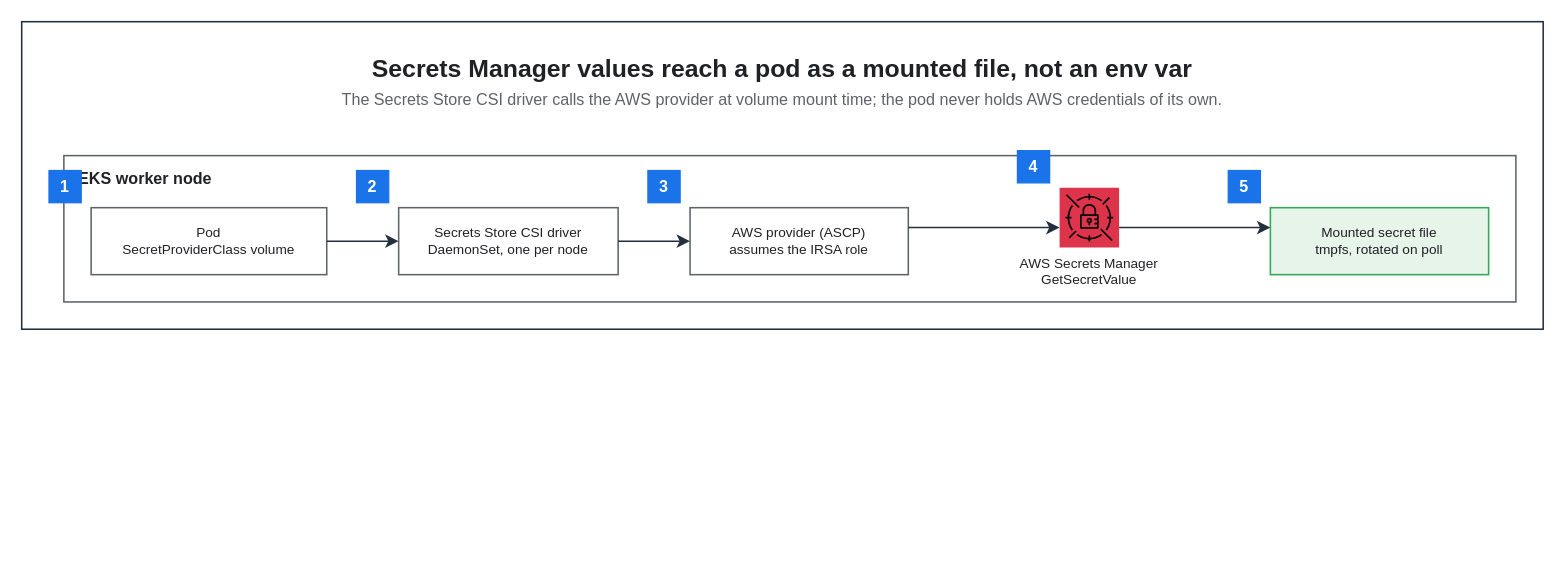
Above: assets/img/aws/eks-secrets-manager-csi.drawio in KKamJi98/kkamji98.github.io (draw.io), before the change. Source tidied: cells renumbered, new cells numbered last; positions are measured from the earlier drawing's top-left corner, leaving out a move shared by most shapes. Both pictures are drawn from the tidied source at 124%, with x=0, y=0 at pixel (21, 21).
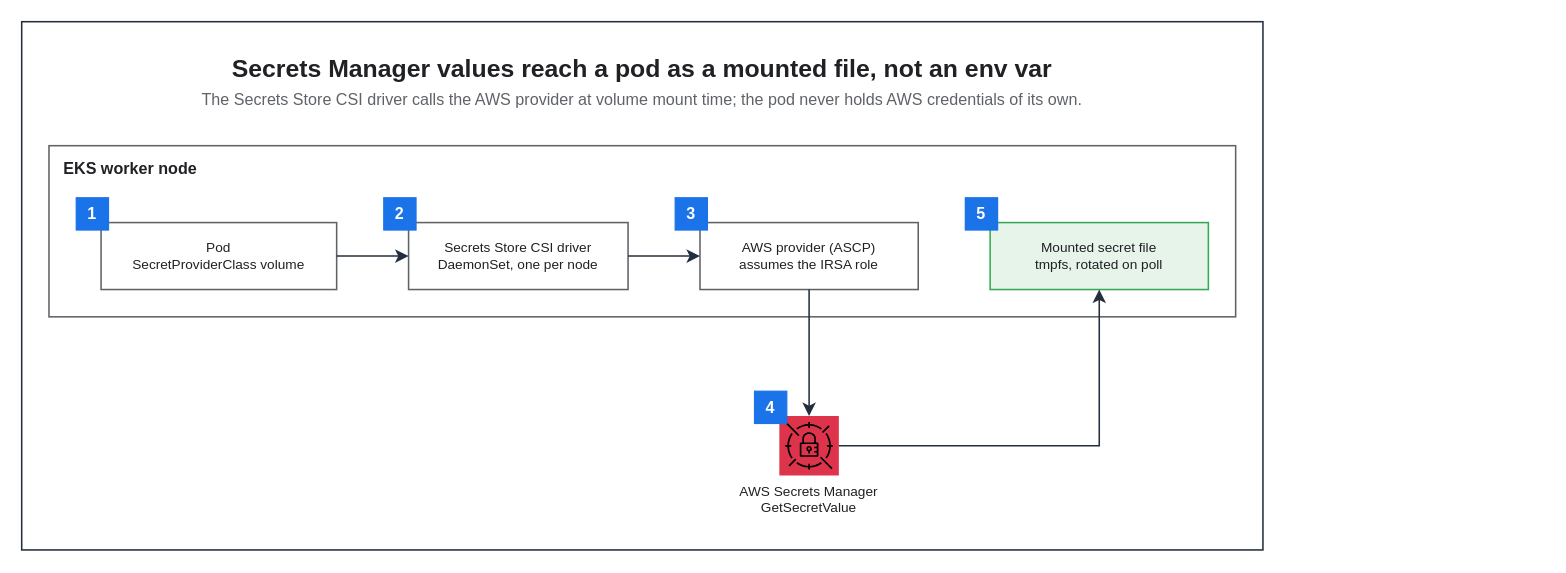
Above is the later version.

What changed in the source:
```diff
@@
     <mxCell id="2" style="rounded=0;html=0;fillColor=none;strokeColor=#232F3E;fontColor=#202124;strokeWidth=1.25;" parent="1" vertex="1">
-      <mxGeometry width="1227" height="248" as="geometry" />
+      <mxGeometry width="1001" height="426" as="geometry" />
     </mxCell>
     <mxCell id="3" value="Secrets Manager values reach a pod as a mounted file, not an env var" style="text;html=0;whiteSpace=wrap;fillColor=none;strokeColor=none;fontColor=#202124;fontSize=20;fontStyle=1;align=center;verticalAlign=middle;" parent="1" vertex="1">
-      <mxGeometry x="22" y="22" width="1183" height="30" as="geometry" />
+      <mxGeometry x="22" y="22" width="957" height="30" as="geometry" />
     </mxCell>
     <mxCell id="4" value="The Secrets Store CSI driver calls the AWS provider at volume mount time; the pod never holds AWS credentials of its own." style="text;html=0;whiteSpace=wrap;fillColor=none;strokeColor=none;fontColor=#5F6368;fontSize=13;fontStyle=0;align=center;verticalAlign=middle;" parent="1" vertex="1">
-      <mxGeometry x="22" y="52" width="1183" height="22" as="geometry" />
+      <mxGeometry x="22" y="52" width="957" height="22" as="geometry" />
     </mxCell>
     <mxCell id="5" value="EKS worker node" style="rounded=0;whiteSpace=wrap;html=0;fillColor=none;strokeColor=#5F6368;fontColor=#202124;fontSize=13;fontStyle=1;align=left;verticalAlign=top;spacingLeft=10;spacingTop=4;strokeWidth=1.25;dashed=0;" parent="1" vertex="1">
-      <mxGeometry x="34" y="108" width="1171" height="118" as="geometry" />
+      <mxGeometry x="22" y="100" width="957" height="138" as="geometry" />
     </mxCell>
     <mxCell id="6" value="Pod&#10;SecretProviderClass volume" style="rounded=0;whiteSpace=wrap;html=0;fillColor=#FFFFFF;strokeColor=#5F6368;fontColor=#202124;fontSize=11;fontStyle=0;align=center;verticalAlign=middle;spacingLeft=6;spacingRight=6;strokeWidth=1.25;" parent="1" vertex="1">
-      <mxGeometry x="56" y="150" width="190" height="54" as="geometry" />
+      <mxGeometry x="64" y="162" width="190" height="54" as="geometry" />
     </mxCell>
     <mxCell id="7" value="Secrets Store CSI driver&#10;DaemonSet, one per node" style="rounded=0;whiteSpace=wrap;html=0;fillColor=#FFFFFF;strokeColor=#5F6368;fontColor=#202124;fontSize=11;fontStyle=0;align=center;verticalAlign=middle;spacingLeft=6;spacingRight=6;strokeWidth=1.25;" parent="1" vertex="1">
-      <mxGeometry x="304" y="150" width="177" height="54" as="geometry" />
+      <mxGeometry x="312" y="162" width="177" height="54" as="geometry" />
     </mxCell>
     <mxCell id="8" value="AWS provider (ASCP)&#10;assumes the IRSA role" style="rounded=0;whiteSpace=wrap;html=0;fillColor=#FFFFFF;strokeColor=#5F6368;fontColor=#202124;fontSize=11;fontStyle=0;align=center;verticalAlign=middle;spacingLeft=6;spacingRight=6;strokeWidth=1.25;" parent="1" vertex="1">
-      <mxGeometry x="539" y="150" width="176" height="54" as="geometry" />
+      <mxGeometry x="547" y="162" width="176" height="54" as="geometry" />
     </mxCell>
     <mxCell id="9" value="AWS Secrets Manager&#10;GetSecretValue" style="sketch=0;outlineConnect=0;gradientColor=none;html=0;whiteSpace=nowrap;fontSize=11;fontStyle=0;fontColor=#202124;verticalLabelPosition=bottom;verticalAlign=top;align=center;labelBackgroundColor=none;fillColor=#DD344C;strokeColor=none;dashed=0;shape=mxgraph.aws4.resourceIcon;resIcon=mxgraph.aws4.secrets_manager;" parent="1" vertex="1">
-      <mxGeometry x="837" y="134" width="48" height="48" as="geometry" />
+      <mxGeometry x="611" y="318" width="48" height="48" as="geometry" />
     </mxCell>
     <mxCell id="10" value="Mounted secret file&#10;tmpfs, rotated on poll" style="rounded=0;whiteSpace=wrap;html=0;fillColor=#E6F4EA;strokeColor=#34A853;fontColor=#202124;fontSize=11;fontStyle=0;align=center;verticalAlign=middle;spacingLeft=6;spacingRight=6;strokeWidth=1.25;" parent="1" vertex="1">
-      <mxGeometry x="1007" y="150" width="176" height="54" as="geometry" />
+      <mxGeometry x="781" y="162" width="176" height="54" as="geometry" />
     </mxCell>
     <mxCell id="11" value="1" style="rounded=0;whiteSpace=wrap;html=0;fillColor=#1A73E8;strokeColor=#1A73E8;fontColor=#FFFFFF;fontSize=13;fontStyle=1;align=center;verticalAlign=middle;" parent="1" vertex="1">
-      <mxGeometry x="22" y="120" width="26" height="26" as="geometry" />
+      <mxGeometry x="44" y="142" width="26" height="26" as="geometry" />
     </mxCell>
     <mxCell id="12" value="2" style="rounded=0;whiteSpace=wrap;html=0;fillColor=#1A73E8;strokeColor=#1A73E8;fontColor=#FFFFFF;fontSize=13;fontStyle=1;align=center;verticalAlign=middle;" parent="1" vertex="1">
-      <mxGeometry x="270" y="120" width="26" height="26" as="geometry" />
+      <mxGeometry x="292" y="142" width="26" height="26" as="geometry" />
     </mxCell>
     <mxCell id="13" value="3" style="rounded=0;whiteSpace=wrap;html=0;fillColor=#1A73E8;strokeColor=#1A73E8;fontColor=#FFFFFF;fontSize=13;fontStyle=1;align=center;verticalAlign=middle;" parent="1" vertex="1">
-      <mxGeometry x="505" y="120" width="26" height="26" as="geometry" />
+      <mxGeometry x="527" y="142" width="26" height="26" as="geometry" />
     </mxCell>
     <mxCell id="14" value="4" style="rounded=0;whiteSpace=wrap;html=0;fillColor=#1A73E8;strokeColor=#1A73E8;fontColor=#FFFFFF;fontSize=13;fontStyle=1;align=center;verticalAlign=middle;" parent="1" vertex="1">
-      <mxGeometry x="803" y="104" width="26" height="26" as="geometry" />
+      <mxGeometry x="591" y="298" width="26" height="26" as="geometry" />
     </mxCell>
     <mxCell id="15" value="5" style="rounded=0;whiteSpace=wrap;html=0;fillColor=#1A73E8;strokeColor=#1A73E8;fontColor=#FFFFFF;fontSize=13;fontStyle=1;align=center;verticalAlign=middle;" parent="1" vertex="1">
-      <mxGeometry x="973" y="120" width="26" height="26" as="geometry" />
+      <mxGeometry x="761" y="142" width="26" height="26" as="geometry" />
     </mxCell>
@@
-    <mxCell id="18" style="edgeStyle=orthogonalEdgeStyle;rounded=0;html=0;strokeColor=#232F3E;strokeWidth=1.25;endArrow=classic;endFill=1;endSize=7;fontSize=11;fontColor=#202124;labelBackgroundColor=none;jettySize=14;exitX=1;exitY=0.2963;entryX=0;entryY=0.6667;exitDx=0;exitDy=0;entryDx=0;entryDy=0;" parent="1" edge="1" source="8" target="9">
+    <mxCell id="18" style="edgeStyle=orthogonalEdgeStyle;rounded=0;html=0;strokeColor=#232F3E;strokeWidth=1.25;endArrow=classic;endFill=1;endSize=7;fontSize=11;fontColor=#202124;labelBackgroundColor=none;jettySize=14;exitX=0.5;exitY=1;entryX=0.5;entryY=0;exitDx=0;exitDy=0;entryDx=0;entryDy=0;" parent="1" edge="1" source="8" target="9">
       <mxGeometry relative="1" as="geometry" />
     </mxCell>
-    <mxCell id="19" style="edgeStyle=orthogonalEdgeStyle;rounded=0;html=0;strokeColor=#232F3E;strokeWidth=1.25;endArrow=classic;endFill=1;endSize=7;fontSize=11;fontColor=#202124;labelBackgroundColor=none;jettySize=14;exitX=1;exitY=0.6667;entryX=0;entryY=0.2963;exitDx=0;exitDy=0;entryDx=0;entryDy=0;" parent="1" edge="1" source="9" target="10">
-      <mxGeometry relative="1" as="geometry" />
+    <mxCell id="19" style="edgeStyle=orthogonalEdgeStyle;rounded=0;html=0;strokeColor=#232F3E;strokeWidth=1.25;endArrow=classic;endFill=1;endSize=7;fontSize=11;fontColor=#202124;labelBackgroundColor=none;jettySize=14;exitX=1;exitY=0.5;entryX=0.5;entryY=1;exitDx=0;exitDy=0;entryDx=0;entryDy=0;" parent="1" edge="1" source="9" target="10">
+      <mxGeometry relative="1" as="geometry">
+        <Array as="points">
+          <mxPoint x="869" y="342" />
+        </Array>
+      </mxGeometry>
     </mxCell>
```
